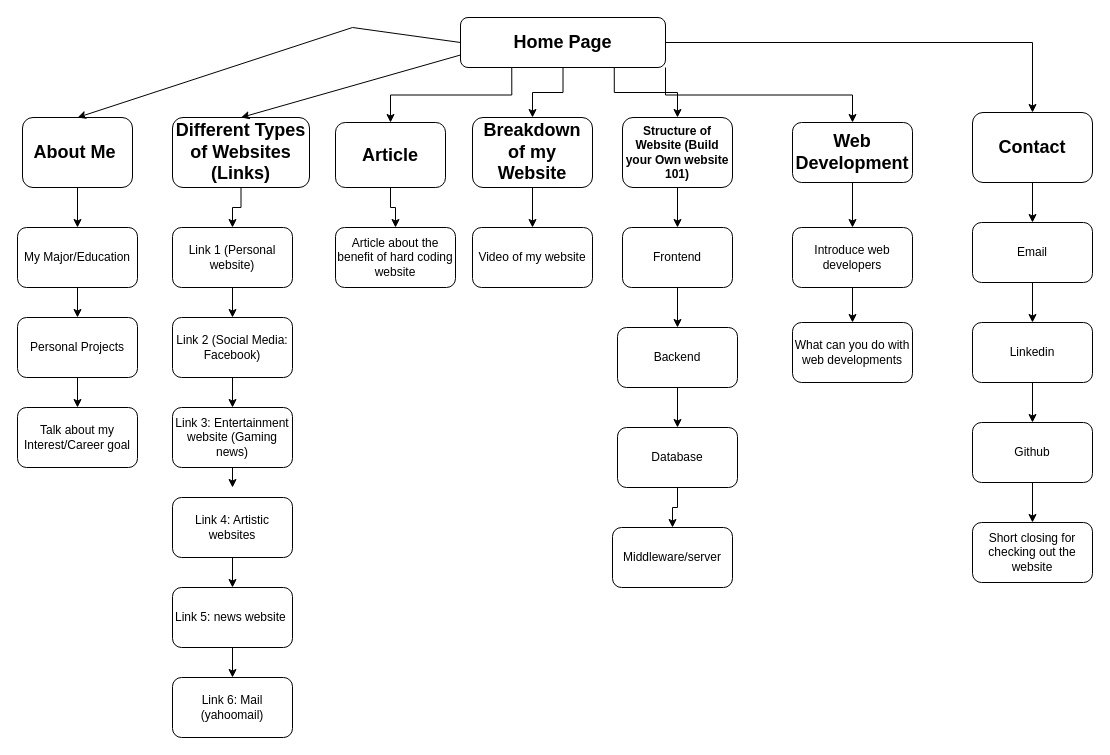
Earlier version of the draw.io diagram Untitled Diagram.drawio (traipham/cat125R). Source tidied: cells renumbered, new cells numbered last; positions are measured from the earlier drawing's top-left corner, leaving out a move shared by most shapes. Both pictures are drawn from the tidied source at 100%, with x=0, y=0 at pixel (17, 17).
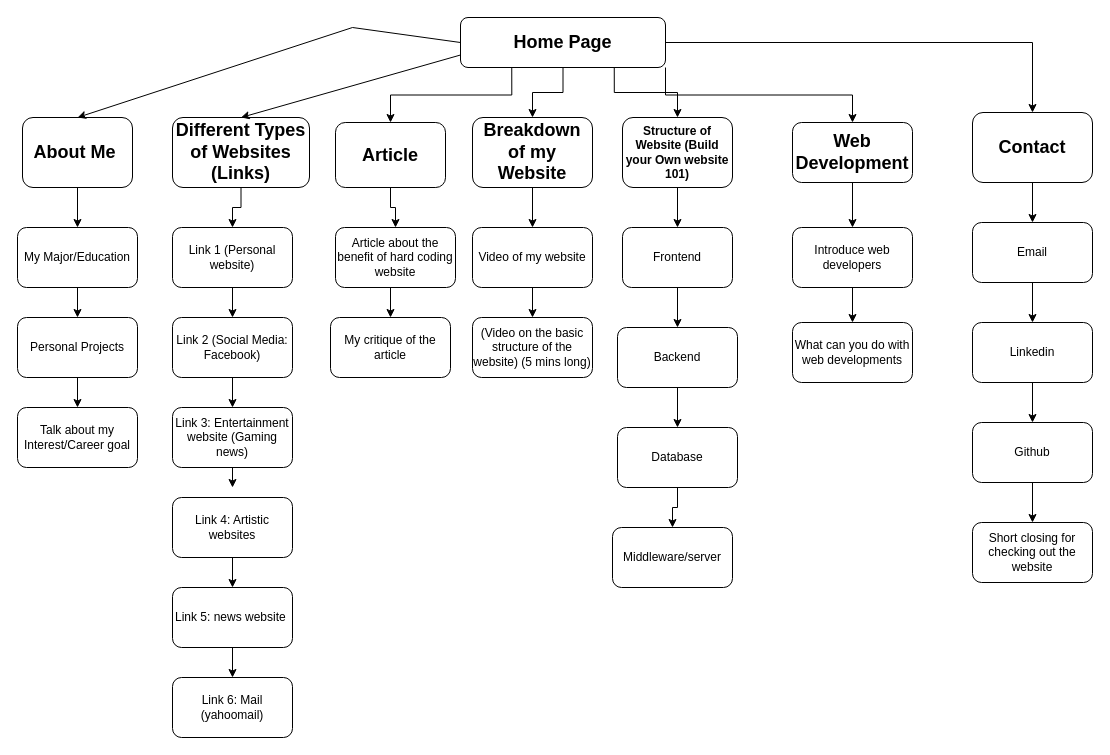
After the change.

Commit message:
CAt125R website structure

Unchanged cells that the change refers to:
```xml
<mxCell id="32" value="Article about the benefit of hard coding website" style="rounded=1;whiteSpace=wrap;html=1;" parent="1" vertex="1">
  <mxGeometry x="318" y="210" width="120" height="60" as="geometry" />
</mxCell>
<mxCell id="35" value="Video of my website" style="rounded=1;whiteSpace=wrap;html=1;" parent="1" vertex="1">
  <mxGeometry x="455" y="210" width="120" height="60" as="geometry" />
</mxCell>
```

The edit, as a diff of the source:
```diff
@@
+    <mxCell id="59" style="edgeStyle=orthogonalEdgeStyle;rounded=0;jettySize=auto;html=1;exitX=0.5;exitY=1;exitDx=0;exitDy=0;entryX=0.5;entryY=0;entryDx=0;entryDy=0;" parent="1" edge="1" source="32" target="62">
+      <mxGeometry relative="1" as="geometry" />
+    </mxCell>
@@
+    <mxCell id="60" style="edgeStyle=orthogonalEdgeStyle;rounded=0;jettySize=auto;html=1;exitX=0.5;exitY=1;exitDx=0;exitDy=0;" parent="1" edge="1" source="35" target="61">
+      <mxGeometry relative="1" as="geometry" />
+    </mxCell>
@@
+    <mxCell id="61" value="(Video on the basic structure of the website) (5 mins long)" style="rounded=1;whiteSpace=wrap;html=1;" parent="1" vertex="1">
+      <mxGeometry x="455" y="300" width="120" height="60" as="geometry" />
+    </mxCell>
+    <mxCell id="62" value="My critique of the article" style="rounded=1;whiteSpace=wrap;html=1;" parent="1" vertex="1">
+      <mxGeometry x="313" y="300" width="120" height="60" as="geometry" />
+    </mxCell>
```
